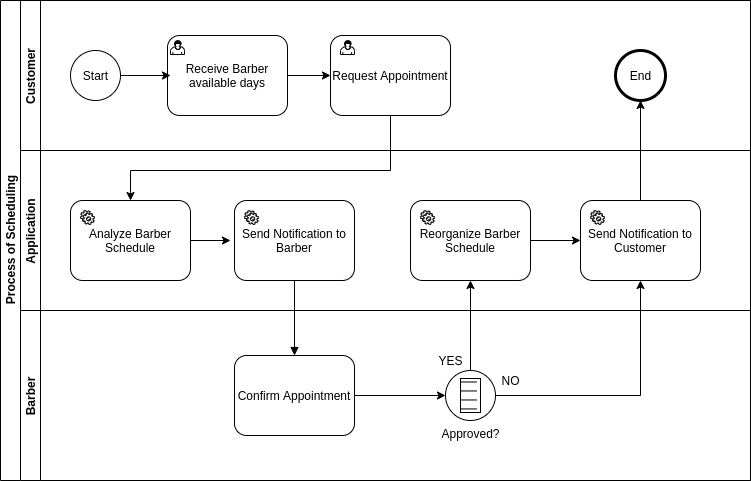
Before: BPMN DIAGRAM - GOBARBER.png, a diagram exported from draw.io (kielkow/GoBarber-2.0-Back-end). Source tidied: cells renumbered, new cells last; positions are measured from the earlier drawing's top-left corner, leaving out a move shared by most shapes.
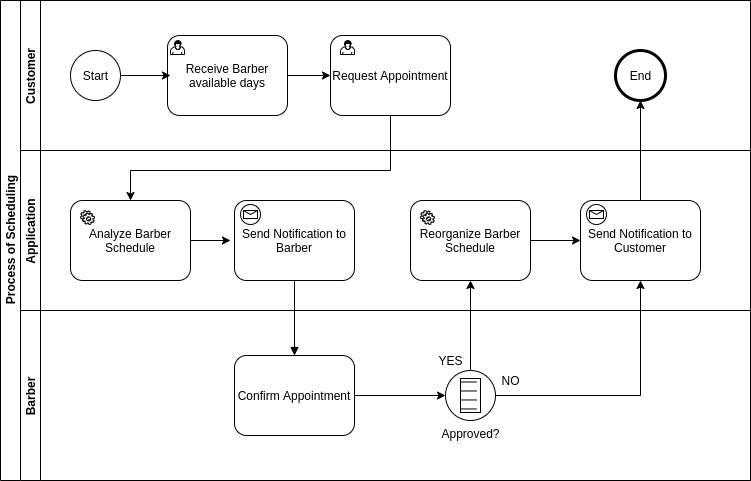
The same diagram one commit later.

What changed in the source:
```diff
@@ -47,14 +47,10 @@
     <mxCell id="16" style="shape=mxgraph.bpmn.service_task;html=1;" parent="13" vertex="1">
       <mxGeometry x="60" y="60" width="14" height="14" as="geometry" />
     </mxCell>
-    <mxCell id="17" style="shape=mxgraph.bpmn.service_task;html=1;" parent="13" vertex="1">
-      <mxGeometry x="224" y="60" width="14" height="14" as="geometry" />
-    </mxCell>
-    <mxCell id="18" value="Send Notification to Customer" style="shape=ext;rounded=1;html=1;whiteSpace=wrap;" parent="13" vertex="1">
-      <mxGeometry x="560" y="50" width="120" height="80" as="geometry" />
-    </mxCell>
-    <mxCell id="19" style="edgeStyle=orthogonalEdgeStyle;rounded=0;jettySize=auto;html=1;exitX=1;exitY=0.5;exitDx=0;exitDy=0;entryX=0;entryY=0.5;entryDx=0;entryDy=0;" parent="13" edge="1" source="20" target="18">
-      <mxGeometry relative="1" as="geometry" />
+    <mxCell id="19" style="edgeStyle=orthogonalEdgeStyle;rounded=0;jettySize=auto;html=1;exitX=1;exitY=0.5;exitDx=0;exitDy=0;entryX=0;entryY=0.5;entryDx=0;entryDy=0;" parent="13" edge="1" source="20">
+      <mxGeometry relative="1" as="geometry">
+        <mxPoint x="560" y="90" as="targetPoint" />
+      </mxGeometry>
     </mxCell>
     <mxCell id="20" value="Reorganize Barber Schedule" style="shape=ext;rounded=1;html=1;whiteSpace=wrap;" parent="13" vertex="1">
       <mxGeometry x="390" y="50" width="120" height="80" as="geometry" />
@@ -62,9 +58,15 @@
     <mxCell id="21" style="shape=mxgraph.bpmn.service_task;html=1;" parent="13" vertex="1">
       <mxGeometry x="400" y="60" width="14" height="14" as="geometry" />
     </mxCell>
-    <mxCell id="22" style="shape=mxgraph.bpmn.service_task;html=1;" parent="13" vertex="1">
-      <mxGeometry x="570" y="60" width="14" height="14" as="geometry" />
-    </mxCell>
+    <mxCell id="36" style="shape=mxgraph.bpmn.shape;html=1;verticalLabelPosition=bottom;labelBackgroundColor=#ffffff;verticalAlign=top;align=center;perimeter=ellipsePerimeter;outline=standard;symbol=message;" parent="13" vertex="1">
+      <mxGeometry x="220" y="54" width="20" height="20" as="geometry" />
+    </mxCell>
+    <mxCell id="18" value="Send Notification to Customer" style="shape=ext;rounded=1;html=1;whiteSpace=wrap;" parent="13" vertex="1">
+      <mxGeometry x="560" y="50" width="120" height="80" as="geometry" />
+    </mxCell>
+    <mxCell id="37" style="shape=mxgraph.bpmn.shape;html=1;verticalLabelPosition=bottom;labelBackgroundColor=#ffffff;verticalAlign=top;align=center;perimeter=ellipsePerimeter;outline=standard;symbol=message;" parent="13" vertex="1">
+      <mxGeometry x="566" y="54" width="20" height="20" as="geometry" />
+    </mxCell>
     <mxCell id="23" value="Barber" style="swimlane;startSize=20;horizontal=0;" parent="2" vertex="1">
       <mxGeometry x="20" y="310" width="730" height="170" as="geometry" />
     </mxCell>
@@ -94,14 +96,18 @@
     <mxCell id="30" style="endArrow=block;endFill=1;endSize=6;html=1;exitX=0.5;exitY=1;exitDx=0;exitDy=0;entryX=0.5;entryY=0;entryDx=0;entryDy=0;" parent="2" edge="1" source="15" target="25">
       <mxGeometry relative="1" as="geometry" />
     </mxCell>
-    <mxCell id="31" style="edgeStyle=orthogonalEdgeStyle;rounded=0;jettySize=auto;html=1;exitX=0.5;exitY=0;exitDx=0;exitDy=0;entryX=0.5;entryY=1;entryDx=0;entryDy=0;" parent="2" edge="1" source="18" target="10">
-      <mxGeometry relative="1" as="geometry" />
+    <mxCell id="31" style="edgeStyle=orthogonalEdgeStyle;rounded=0;jettySize=auto;html=1;exitX=0.5;exitY=0;exitDx=0;exitDy=0;entryX=0.5;entryY=1;entryDx=0;entryDy=0;" parent="2" edge="1" target="10">
+      <mxGeometry relative="1" as="geometry">
+        <mxPoint x="640" y="200" as="sourcePoint" />
+      </mxGeometry>
     </mxCell>
     <mxCell id="32" style="edgeStyle=orthogonalEdgeStyle;rounded=0;jettySize=auto;html=1;exitX=0.5;exitY=0;exitDx=0;exitDy=0;entryX=0.5;entryY=1;entryDx=0;entryDy=0;" parent="2" edge="1" source="26" target="20">
       <mxGeometry relative="1" as="geometry" />
     </mxCell>
-    <mxCell id="33" style="edgeStyle=orthogonalEdgeStyle;rounded=0;jettySize=auto;html=1;exitX=1;exitY=0.5;exitDx=0;exitDy=0;entryX=0.5;entryY=1;entryDx=0;entryDy=0;" parent="2" edge="1" source="26" target="18">
-      <mxGeometry relative="1" as="geometry" />
+    <mxCell id="33" style="edgeStyle=orthogonalEdgeStyle;rounded=0;jettySize=auto;html=1;exitX=1;exitY=0.5;exitDx=0;exitDy=0;entryX=0.5;entryY=1;entryDx=0;entryDy=0;" parent="2" edge="1" source="26">
+      <mxGeometry relative="1" as="geometry">
+        <mxPoint x="640" y="280" as="targetPoint" />
+      </mxGeometry>
     </mxCell>
     <mxCell id="34" style="edgeStyle=orthogonalEdgeStyle;rounded=0;jettySize=auto;html=1;exitX=1;exitY=0.5;exitDx=0;exitDy=0;" parent="1" edge="1" source="4">
       <mxGeometry relative="1" as="geometry">
```
